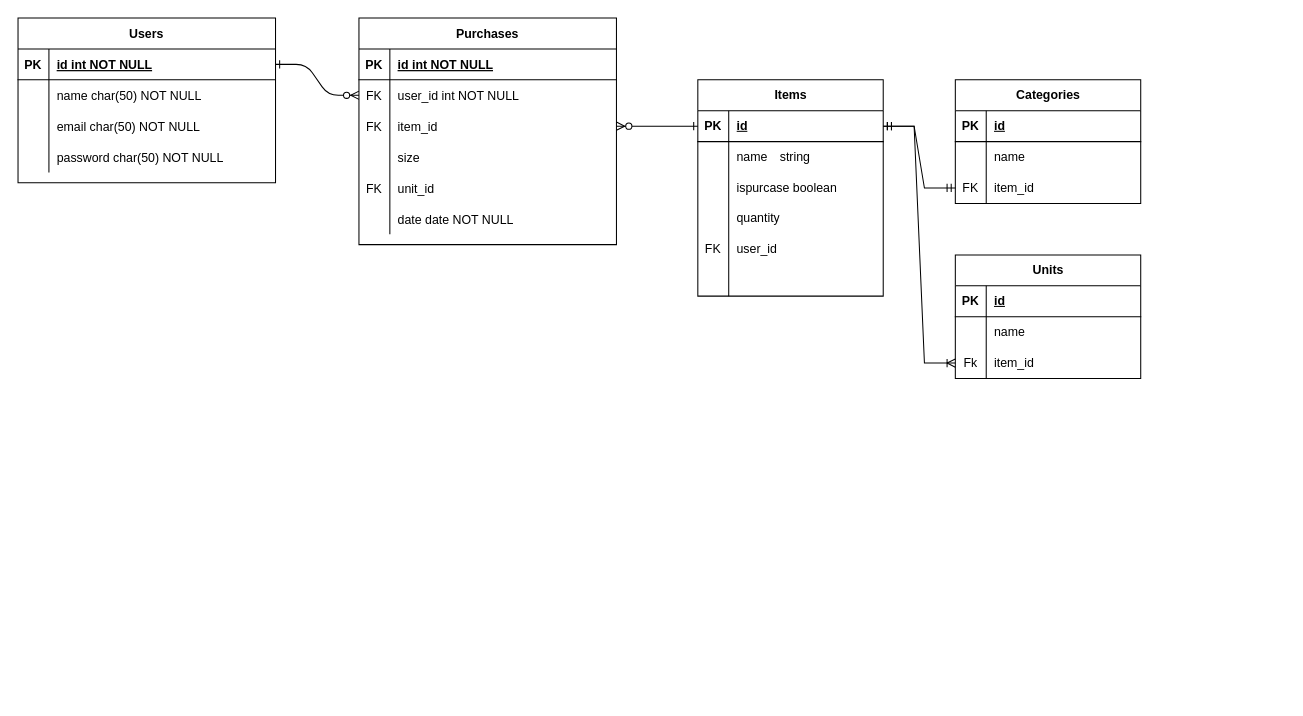
This is ER図.drawio from hideyukihu/kiraku, a draw.io file, before an edit. Source tidied: cells renumbered, new cells numbered last; positions are measured from the earlier drawing's top-left corner, leaving out a move shared by most shapes. Both pictures are drawn from the tidied source at 103%, with x=0, y=0 at pixel (18, 18).
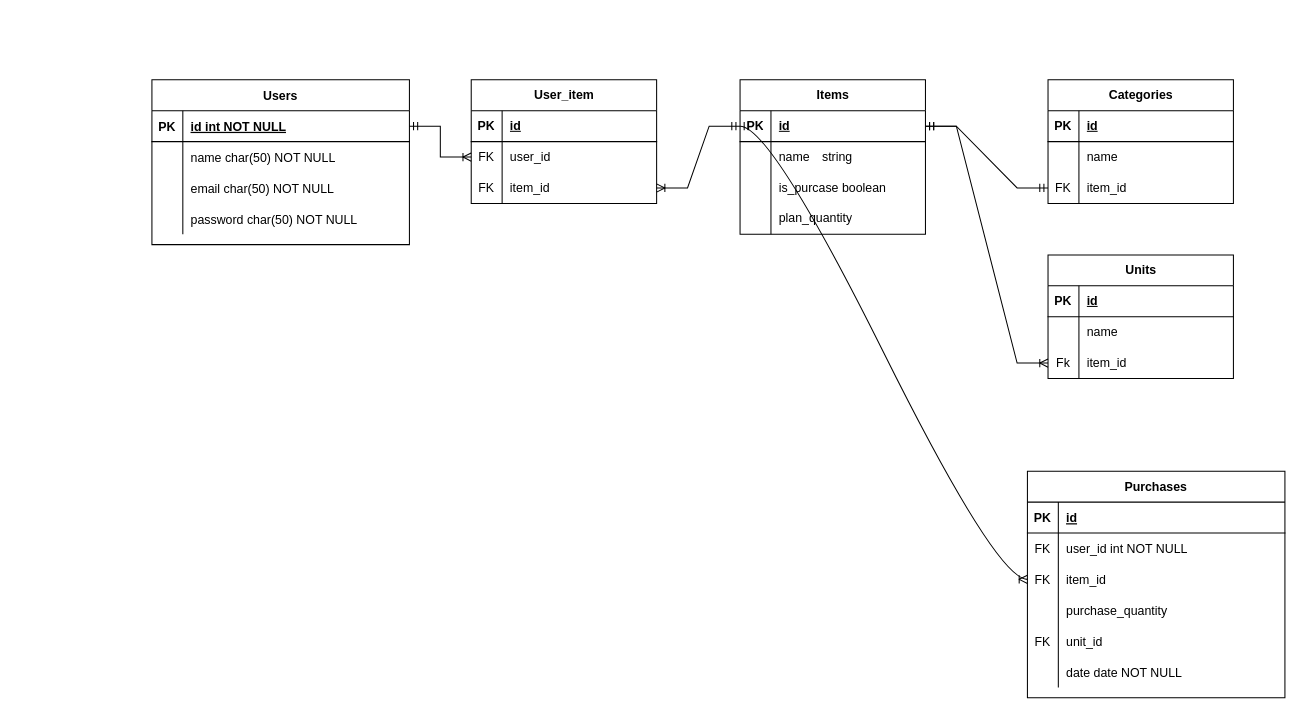
The same diagram, later.

Unchanged cells that the change refers to:
```xml
<mxCell id="4" style="shape=partialRectangle;fillColor=none;top=0;left=0;right=0;bottom=1;" parent="3" vertex="1">
  <mxGeometry y="30" width="250" height="30" as="geometry" />
</mxCell>
<mxCell id="7" style="shape=partialRectangle;fillColor=none;points=[[0,0.5],[1,0.5]];portConstraint=eastwest;top=0;left=0;right=0;bottom=0;" parent="3" vertex="1">
  <mxGeometry y="60" width="250" height="30" as="geometry" />
</mxCell>
<mxCell id="10" style="shape=partialRectangle;fillColor=none;points=[[0,0.5],[1,0.5]];portConstraint=eastwest;top=0;left=0;right=0;bottom=0;" parent="3" vertex="1">
  <mxGeometry y="90" width="250" height="30" as="geometry" />
</mxCell>
<mxCell id="13" style="shape=partialRectangle;fillColor=none;top=0;left=0;right=0;bottom=0;" parent="3" vertex="1">
  <mxGeometry y="120" width="250" height="30" as="geometry" />
</mxCell>
<mxCell id="23" style="shape=partialRectangle;fillColor=none;points=[[0,0.5],[1,0.5]];portConstraint=eastwest;top=0;left=0;right=0;bottom=1;" parent="22" vertex="1">
  <mxGeometry y="30" width="250" height="30" as="geometry" />
</mxCell>
<mxCell id="36" style="shape=tableRow;horizontal=0;startSize=0;swimlaneHead=0;swimlaneBody=0;fillColor=none;points=[[0,0.5],[1,0.5]];portConstraint=eastwest;top=0;left=0;right=0;bottom=1;" parent="35" vertex="1">
  <mxGeometry y="30" width="180" height="30" as="geometry" />
</mxCell>
<mxCell id="42" style="shape=tableRow;horizontal=0;startSize=0;swimlaneHead=0;swimlaneBody=0;fillColor=none;top=0;left=0;right=0;bottom=0;" parent="35" vertex="1">
  <mxGeometry y="90" width="180" height="30" as="geometry" />
</mxCell>
<mxCell id="45" style="shape=tableRow;horizontal=0;startSize=0;swimlaneHead=0;swimlaneBody=0;fillColor=none;top=0;left=0;right=0;bottom=0;" parent="35" vertex="1">
  <mxGeometry y="120" width="180" height="30" as="geometry" />
</mxCell>
<mxCell id="61" style="shape=tableRow;horizontal=0;startSize=0;swimlaneHead=0;swimlaneBody=0;fillColor=none;points=[[0,0.5],[1,0.5]];portConstraint=eastwest;top=0;left=0;right=0;bottom=0;" parent="54" vertex="1">
  <mxGeometry y="90" width="180" height="30" as="geometry" />
</mxCell>
```

What changed in the source:
```diff
@@
-    <mxCell id="2" style="edgeStyle=entityRelationEdgeStyle;endArrow=ERzeroToMany;startArrow=ERone;endFill=1;startFill=0;" parent="1" edge="1" source="23" target="7">
-      <mxGeometry relative="1" as="geometry" />
-    </mxCell>
     <mxCell id="3" value="Purchases" style="shape=table;startSize=30;childLayout=tableLayout;rowLines=0;fontStyle=1;align=center;" parent="1" vertex="1">
-      <mxGeometry x="331" width="250" height="220" as="geometry" />
+      <mxGeometry x="980" y="440" width="250" height="220" as="geometry" />
     </mxCell>
@@
-    <mxCell id="6" value="id int NOT NULL " style="shape=partialRectangle;overflow=hidden;fillColor=none;top=0;left=0;bottom=0;right=0;align=left;spacingLeft=6;fontStyle=5;" parent="4" vertex="1">
+    <mxCell id="6" value="id" style="shape=partialRectangle;overflow=hidden;fillColor=none;top=0;left=0;bottom=0;right=0;align=left;spacingLeft=6;fontStyle=5;" parent="4" vertex="1">
       <mxGeometry x="30" width="220" height="30" as="geometry" />
     </mxCell>
@@
-    <mxCell id="15" value="size" style="shape=partialRectangle;overflow=hidden;fillColor=none;top=0;left=0;bottom=0;right=0;align=left;spacingLeft=6;" parent="13" vertex="1">
+    <mxCell id="15" value="purchase_quantity" style="shape=partialRectangle;overflow=hidden;fillColor=none;top=0;left=0;bottom=0;right=0;align=left;spacingLeft=6;" parent="13" vertex="1">
       <mxGeometry x="30" width="220" height="30" as="geometry" />
     </mxCell>
@@
     <mxCell id="22" value="Users" style="shape=table;startSize=30;childLayout=tableLayout;rowLines=0;fontStyle=1;align=center;" parent="1" vertex="1">
-      <mxGeometry width="250" height="160" as="geometry" />
+      <mxGeometry x="130" y="60" width="250" height="160" as="geometry" />
     </mxCell>
@@
     <mxCell id="35" value="Items" style="shape=table;startSize=30;childLayout=tableLayout;rowLines=0;fontStyle=1;align=center;html=1;" parent="1" vertex="1">
-      <mxGeometry x="660" y="60" width="180" height="210" as="geometry" />
+      <mxGeometry x="701" y="60" width="180" height="150" as="geometry" />
     </mxCell>
@@
-    <mxCell id="44" value="ispurcase boolean" style="shape=partialRectangle;fillColor=none;top=0;left=0;bottom=0;right=0;align=left;spacingLeft=6;overflow=hidden;whiteSpace=wrap;html=1;" parent="42" vertex="1">
+    <mxCell id="44" value="is_purcase boolean" style="shape=partialRectangle;fillColor=none;top=0;left=0;bottom=0;right=0;align=left;spacingLeft=6;overflow=hidden;whiteSpace=wrap;html=1;" parent="42" vertex="1">
       <mxGeometry x="30" width="150" height="30" as="geometry" />
     </mxCell>
@@
-    <mxCell id="47" value="quantity" style="shape=partialRectangle;fillColor=none;top=0;left=0;bottom=0;right=0;align=left;spacingLeft=6;overflow=hidden;whiteSpace=wrap;html=1;" parent="45" vertex="1">
+    <mxCell id="47" value="plan_quantity" style="shape=partialRectangle;fillColor=none;top=0;left=0;bottom=0;right=0;align=left;spacingLeft=6;overflow=hidden;whiteSpace=wrap;html=1;" parent="45" vertex="1">
       <mxGeometry x="30" width="150" height="30" as="geometry" />
     </mxCell>
-    <mxCell id="48" style="shape=tableRow;horizontal=0;startSize=0;swimlaneHead=0;swimlaneBody=0;fillColor=none;top=0;left=0;right=0;bottom=0;" parent="35" vertex="1">
-      <mxGeometry y="150" width="180" height="30" as="geometry" />
-    </mxCell>
-    <mxCell id="49" value="FK" style="shape=partialRectangle;fillColor=none;top=0;left=0;bottom=0;right=0;overflow=hidden;whiteSpace=wrap;html=1;" parent="48" vertex="1">
-      <mxGeometry width="30" height="30" as="geometry" />
-    </mxCell>
-    <mxCell id="50" value="user_id" style="shape=partialRectangle;fillColor=none;top=0;left=0;bottom=0;right=0;align=left;spacingLeft=6;overflow=hidden;whiteSpace=wrap;html=1;" parent="48" vertex="1">
-      <mxGeometry x="30" width="150" height="30" as="geometry" />
-    </mxCell>
-    <mxCell id="51" style="shape=tableRow;horizontal=0;startSize=0;swimlaneHead=0;swimlaneBody=0;fillColor=none;top=0;left=0;right=0;bottom=0;" parent="35" vertex="1">
-      <mxGeometry y="180" width="180" height="30" as="geometry" />
-    </mxCell>
-    <mxCell id="52" style="shape=partialRectangle;fillColor=none;top=0;left=0;bottom=0;right=0;overflow=hidden;whiteSpace=wrap;html=1;" parent="51" vertex="1">
-      <mxGeometry width="30" height="30" as="geometry" />
-    </mxCell>
-    <mxCell id="53" style="shape=partialRectangle;fillColor=none;top=0;left=0;bottom=0;right=0;align=left;spacingLeft=6;overflow=hidden;whiteSpace=wrap;html=1;" parent="51" vertex="1">
-      <mxGeometry x="30" width="150" height="30" as="geometry" />
-    </mxCell>
     <mxCell id="54" value="Units" style="shape=table;startSize=30;childLayout=tableLayout;rowLines=0;fontStyle=1;align=center;html=1;" parent="1" vertex="1">
-      <mxGeometry x="910" y="230" width="180" height="120" as="geometry" />
+      <mxGeometry x="1000" y="230" width="180" height="120" as="geometry" />
     </mxCell>
@@
     <mxCell id="64" value="Categories" style="shape=table;startSize=30;childLayout=tableLayout;rowLines=0;fontStyle=1;align=center;html=1;" parent="1" vertex="1">
-      <mxGeometry x="910" y="60" width="180" height="120" as="geometry" />
+      <mxGeometry x="1000" y="60" width="180" height="120" as="geometry" />
     </mxCell>
@@
+    <mxCell id="76" style="edgeStyle=entityRelationEdgeStyle;fontSize=12;html=1;endArrow=ERoneToMany;startArrow=ERmandOne;rounded=0;exitX=1;exitY=0.5;exitDx=0;exitDy=0;entryX=0;entryY=0.5;entryDx=0;entryDy=0;" parent="1" edge="1" source="36" target="61">
+      <mxGeometry relative="1" as="geometry" />
+    </mxCell>
+    <mxCell id="77" value="User_item" style="shape=table;startSize=30;childLayout=tableLayout;rowLines=0;fontStyle=1;align=center;html=1;" parent="1" vertex="1">
+      <mxGeometry x="440" y="60" width="180" height="120" as="geometry" />
+    </mxCell>
+    <mxCell id="78" style="shape=tableRow;horizontal=0;startSize=0;swimlaneHead=0;swimlaneBody=0;fillColor=none;top=0;left=0;right=0;bottom=1;" parent="77" vertex="1">
+      <mxGeometry y="30" width="180" height="30" as="geometry" />
+    </mxCell>
+    <mxCell id="79" value="PK" style="shape=partialRectangle;fillColor=none;top=0;left=0;bottom=0;right=0;fontStyle=1;overflow=hidden;whiteSpace=wrap;html=1;" parent="78" vertex="1">
+      <mxGeometry width="30" height="30" as="geometry" />
+    </mxCell>
+    <mxCell id="80" value="id" style="shape=partialRectangle;fillColor=none;top=0;left=0;bottom=0;right=0;align=left;spacingLeft=6;fontStyle=5;overflow=hidden;whiteSpace=wrap;html=1;" parent="78" vertex="1">
+      <mxGeometry x="30" width="150" height="30" as="geometry" />
+    </mxCell>
+    <mxCell id="81" style="shape=tableRow;horizontal=0;startSize=0;swimlaneHead=0;swimlaneBody=0;fillColor=none;points=[[0,0.5],[1,0.5]];portConstraint=eastwest;top=0;left=0;right=0;bottom=0;" parent="77" vertex="1">
+      <mxGeometry y="60" width="180" height="30" as="geometry" />
+    </mxCell>
+    <mxCell id="82" value="FK" style="shape=partialRectangle;fillColor=none;top=0;left=0;bottom=0;right=0;overflow=hidden;whiteSpace=wrap;html=1;" parent="81" vertex="1">
+      <mxGeometry width="30" height="30" as="geometry" />
+    </mxCell>
+    <mxCell id="50" value="user_id" style="shape=partialRectangle;fillColor=none;top=0;left=0;bottom=0;right=0;align=left;spacingLeft=6;overflow=hidden;whiteSpace=wrap;html=1;" parent="81" vertex="1">
+      <mxGeometry x="30" width="150" height="30" as="geometry" />
+    </mxCell>
+    <mxCell id="83" style="shape=tableRow;horizontal=0;startSize=0;swimlaneHead=0;swimlaneBody=0;fillColor=none;points=[[0,0.5],[1,0.5]];portConstraint=eastwest;top=0;left=0;right=0;bottom=0;" parent="77" vertex="1">
+      <mxGeometry y="90" width="180" height="30" as="geometry" />
+    </mxCell>
+    <mxCell id="84" value="FK" style="shape=partialRectangle;fillColor=none;top=0;left=0;bottom=0;right=0;overflow=hidden;whiteSpace=wrap;html=1;" parent="83" vertex="1">
+      <mxGeometry width="30" height="30" as="geometry" />
+    </mxCell>
+    <mxCell id="85" value="item_id" style="shape=partialRectangle;fillColor=none;top=0;left=0;bottom=0;right=0;align=left;spacingLeft=6;overflow=hidden;whiteSpace=wrap;html=1;" parent="83" vertex="1">
+      <mxGeometry x="30" width="150" height="30" as="geometry" />
+    </mxCell>
+    <mxCell id="86" style="edgeStyle=entityRelationEdgeStyle;fontSize=12;html=1;endArrow=ERoneToMany;startArrow=ERmandOne;rounded=0;exitX=1;exitY=0.5;exitDx=0;exitDy=0;entryX=0;entryY=0.5;entryDx=0;entryDy=0;" parent="1" edge="1" source="23" target="81">
+      <mxGeometry relative="1" as="geometry" />
+    </mxCell>
+    <mxCell id="87" style="edgeStyle=entityRelationEdgeStyle;fontSize=12;html=1;endArrow=ERoneToMany;startArrow=ERmandOne;rounded=0;exitX=0;exitY=0.5;exitDx=0;exitDy=0;entryX=1;entryY=0.5;entryDx=0;entryDy=0;" parent="1" edge="1" source="36" target="83">
+      <mxGeometry relative="1" as="geometry" />
+    </mxCell>
-    <mxCell id="75" style="edgeStyle=entityRelationEdgeStyle;endArrow=ERzeroToMany;startArrow=ERone;endFill=1;startFill=0;exitX=0;exitY=0.5;exitDx=0;exitDy=0;" parent="1" edge="1" source="36" target="10">
+    <mxCell id="75" style="edgeStyle=entityRelationEdgeStyle;fontSize=12;html=1;endArrow=ERoneToMany;startArrow=ERmandOne;entryX=0;entryY=0.5;entryDx=0;entryDy=0;curved=1;exitX=0;exitY=0.5;exitDx=0;exitDy=0;" parent="1" edge="1" source="36" target="10">
       <mxGeometry relative="1" as="geometry" />
     </mxCell>
-    <mxCell id="76" style="edgeStyle=entityRelationEdgeStyle;fontSize=12;html=1;endArrow=ERoneToMany;startArrow=ERmandOne;rounded=0;exitX=1;exitY=0.5;exitDx=0;exitDy=0;entryX=0;entryY=0.5;entryDx=0;entryDy=0;" parent="1" edge="1" source="36" target="61">
-      <mxGeometry relative="1" as="geometry" />
-    </mxCell>
```
